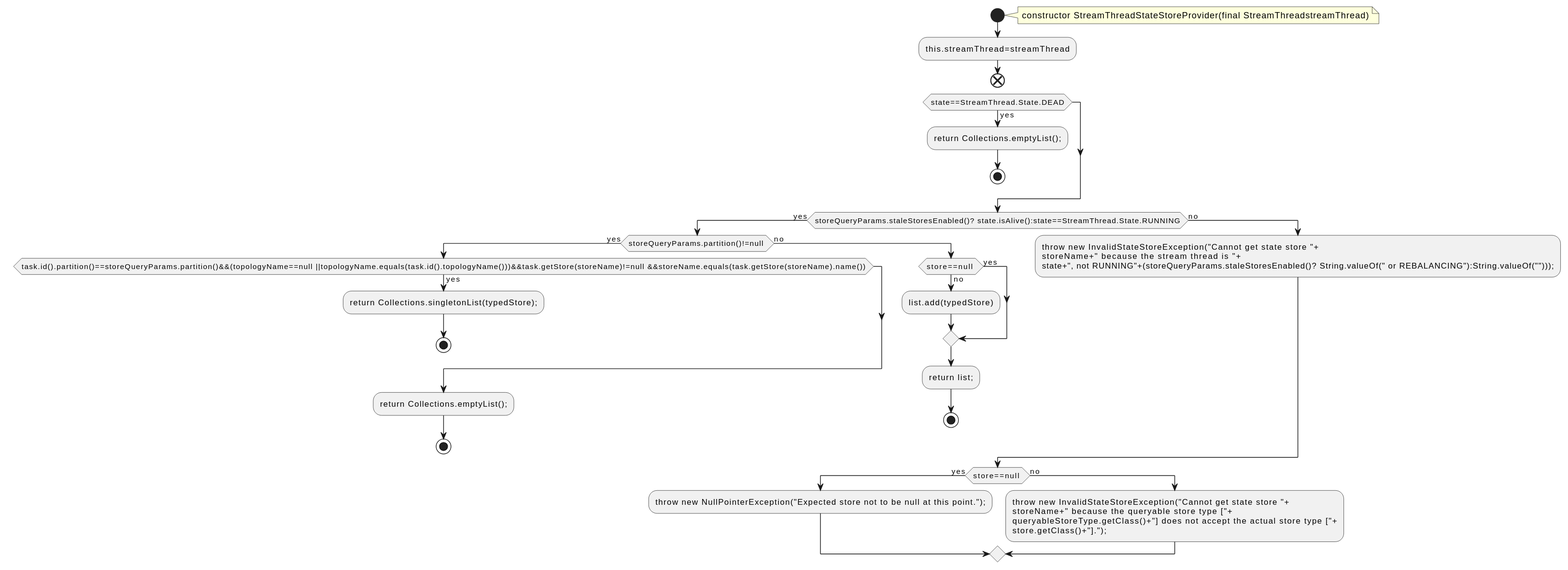
Before: docs/qc/streams/src/main/java/org/apache/kafka/streams/state/internals/StreamThreadStateStoreProvider.java.fct.svg, a diagram exported from PlantUML (qualitesys/kafka).
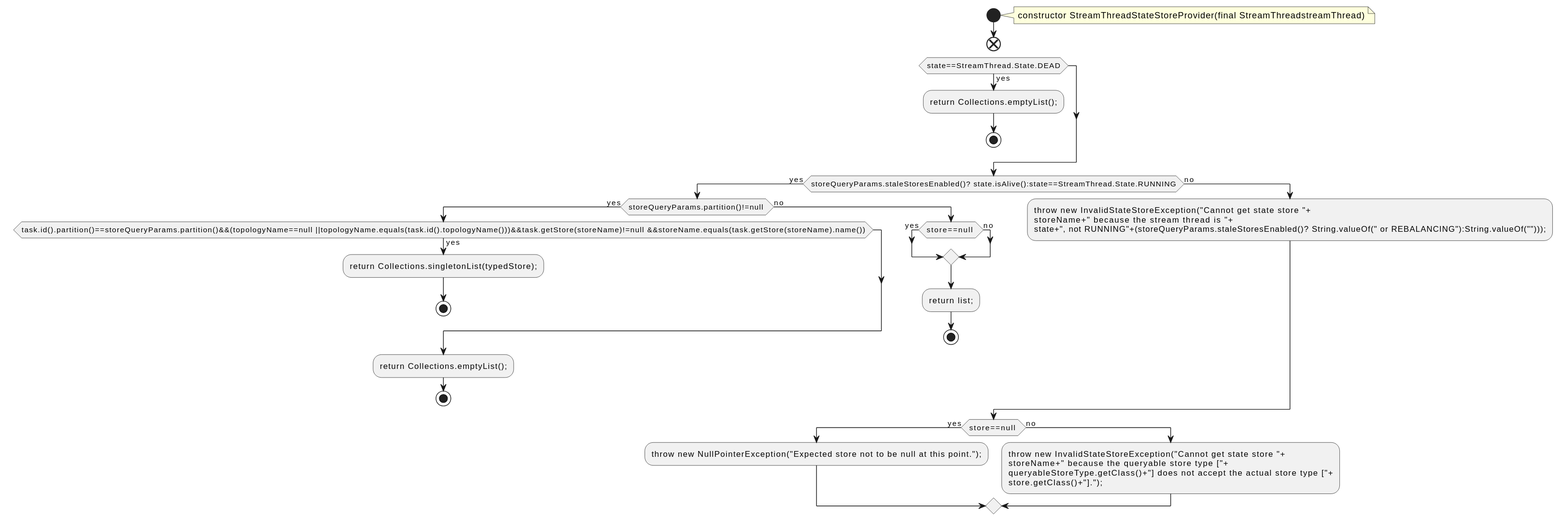
After the commit.

What changed in the source:
```diff
@@ -4,7 +4,6 @@
 note right
 constructor StreamThreadStateStoreProvider(final StreamThreadstreamThread)
 end note
-:this.streamThread=streamThread;
 end
 if (state==StreamThread.State.DEAD) then (yes)
 :return Collections.emptyList();;
@@ -21,7 +20,6 @@
 else (no)
 if (store==null ) then (yes)
 else (no)
-:list.add(typedStore);
 endif
 :return list;;
 stop
```
